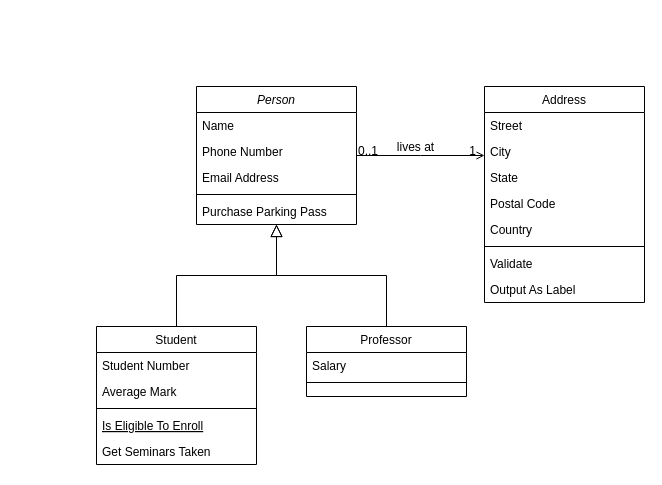
This is Class Diagram.drawio from Capstone-Projects-2022-Spring/project-kinderkitchen, a draw.io file, before an edit. Source tidied: cells renumbered, new cells numbered last; positions are measured from the earlier drawing's top-left corner, leaving out a move shared by most shapes. Both pictures are drawn from the tidied source at 100%, with x=0, y=0 at pixel (96, 86).
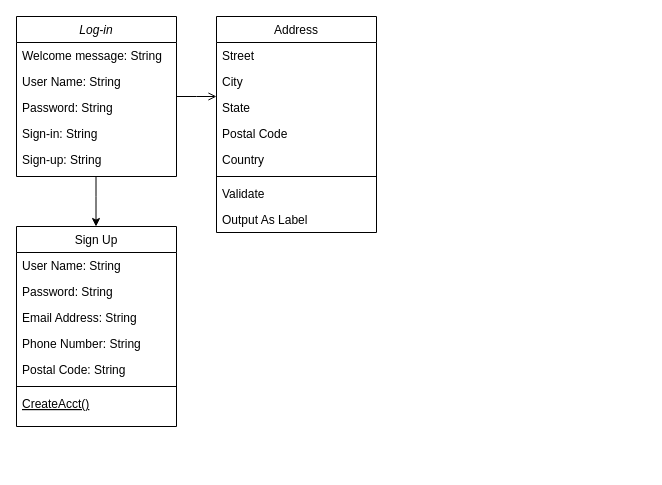
Above is the later version.

Unchanged cells that the change refers to:
```xml
<mxCell id="28" style="endArrow=open;shadow=0;strokeWidth=1;rounded=0;endFill=1;edgeStyle=elbowEdgeStyle;elbow=vertical;" parent="1" edge="1" source="2" target="19">
  <mxGeometry x="0.5" y="41" relative="1" as="geometry">
    <mxPoint x="-40" y="32" as="offset" />
  </mxGeometry>
</mxCell>
```

The edit, as a diff of the source:
```diff
@@
-    <mxCell id="2" value="Person" style="swimlane;fontStyle=2;align=center;verticalAlign=top;horizontal=1;startSize=26;rounded=0;shadow=0;strokeWidth=1;" parent="1" vertex="1">
-      <mxGeometry x="100" width="160" height="138" as="geometry" />
+    <mxCell id="2" value="Log-in" style="swimlane;fontStyle=2;align=center;verticalAlign=top;horizontal=1;startSize=26;rounded=0;shadow=0;strokeWidth=1;" parent="1" vertex="1">
+      <mxGeometry x="-80" y="-70" width="160" height="160" as="geometry" />
     </mxCell>
+    <mxCell id="32" value="Welcome message: String" style="text;align=left;verticalAlign=top;spacingLeft=4;spacingRight=4;overflow=hidden;" parent="2" vertex="1">
+      <mxGeometry y="26" width="160" height="26" as="geometry" />
+    </mxCell>
-    <mxCell id="3" value="Name" style="text;align=left;verticalAlign=top;spacingLeft=4;spacingRight=4;overflow=hidden;" parent="2" vertex="1">
-      <mxGeometry y="26" width="160" height="26" as="geometry" />
+    <mxCell id="3" value="User Name: String" style="text;align=left;verticalAlign=top;spacingLeft=4;spacingRight=4;overflow=hidden;" parent="2" vertex="1">
+      <mxGeometry y="52" width="160" height="26" as="geometry" />
     </mxCell>
-    <mxCell id="4" value="Phone Number" style="text;align=left;verticalAlign=top;spacingLeft=4;spacingRight=4;overflow=hidden;rounded=0;shadow=0;html=0;" parent="2" vertex="1">
-      <mxGeometry y="52" width="160" height="26" as="geometry" />
+    <mxCell id="4" value="Password: String" style="text;align=left;verticalAlign=top;spacingLeft=4;spacingRight=4;overflow=hidden;rounded=0;shadow=0;html=0;" parent="2" vertex="1">
+      <mxGeometry y="78" width="160" height="26" as="geometry" />
     </mxCell>
-    <mxCell id="5" value="Email Address" style="text;align=left;verticalAlign=top;spacingLeft=4;spacingRight=4;overflow=hidden;rounded=0;shadow=0;html=0;" parent="2" vertex="1">
-      <mxGeometry y="78" width="160" height="26" as="geometry" />
+    <mxCell id="5" value="Sign-in: String" style="text;align=left;verticalAlign=top;spacingLeft=4;spacingRight=4;overflow=hidden;rounded=0;shadow=0;html=0;" parent="2" vertex="1">
+      <mxGeometry y="104" width="160" height="26" as="geometry" />
     </mxCell>
-    <mxCell id="6" style="line;html=1;strokeWidth=1;align=left;verticalAlign=middle;spacingTop=-1;spacingLeft=3;spacingRight=3;labelPosition=right;" parent="2" vertex="1">
-      <mxGeometry y="104" width="160" height="8" as="geometry" />
-    </mxCell>
-    <mxCell id="7" value="Purchase Parking Pass" style="text;align=left;verticalAlign=top;spacingLeft=4;spacingRight=4;overflow=hidden;" parent="2" vertex="1">
-      <mxGeometry y="112" width="160" height="26" as="geometry" />
-    </mxCell>
+    <mxCell id="33" value="Sign-up: String" style="text;align=left;verticalAlign=top;spacingLeft=4;spacingRight=4;overflow=hidden;rounded=0;shadow=0;html=0;" parent="2" vertex="1">
+      <mxGeometry y="130" width="160" height="26" as="geometry" />
+    </mxCell>
-    <mxCell id="8" value="Student" style="swimlane;fontStyle=0;align=center;verticalAlign=top;horizontal=1;startSize=26;rounded=0;shadow=0;strokeWidth=1;" parent="1" vertex="1">
-      <mxGeometry y="240" width="160" height="138" as="geometry" />
+    <mxCell id="8" value="Sign Up" style="swimlane;fontStyle=0;align=center;verticalAlign=top;horizontal=1;startSize=26;rounded=0;shadow=0;strokeWidth=1;" parent="1" vertex="1">
+      <mxGeometry x="-80" y="140" width="160" height="200" as="geometry" />
     </mxCell>
+    <mxCell id="34" value="User Name: String" style="text;align=left;verticalAlign=top;spacingLeft=4;spacingRight=4;overflow=hidden;" parent="8" vertex="1">
+      <mxGeometry y="26" width="160" height="26" as="geometry" />
+    </mxCell>
+    <mxCell id="35" value="Password: String" style="text;align=left;verticalAlign=top;spacingLeft=4;spacingRight=4;overflow=hidden;rounded=0;shadow=0;html=0;" parent="8" vertex="1">
+      <mxGeometry y="52" width="160" height="26" as="geometry" />
+    </mxCell>
-    <mxCell id="9" value="Student Number" style="text;align=left;verticalAlign=top;spacingLeft=4;spacingRight=4;overflow=hidden;" parent="8" vertex="1">
-      <mxGeometry y="26" width="160" height="26" as="geometry" />
+    <mxCell id="9" value="Email Address: String" style="text;align=left;verticalAlign=top;spacingLeft=4;spacingRight=4;overflow=hidden;" parent="8" vertex="1">
+      <mxGeometry y="78" width="160" height="26" as="geometry" />
     </mxCell>
-    <mxCell id="10" value="Average Mark" style="text;align=left;verticalAlign=top;spacingLeft=4;spacingRight=4;overflow=hidden;rounded=0;shadow=0;html=0;" parent="8" vertex="1">
-      <mxGeometry y="52" width="160" height="26" as="geometry" />
+    <mxCell id="10" value="Phone Number: String" style="text;align=left;verticalAlign=top;spacingLeft=4;spacingRight=4;overflow=hidden;rounded=0;shadow=0;html=0;" parent="8" vertex="1">
+      <mxGeometry y="104" width="160" height="26" as="geometry" />
     </mxCell>
+    <mxCell id="36" value="Postal Code: String" style="text;align=left;verticalAlign=top;spacingLeft=4;spacingRight=4;overflow=hidden;" parent="8" vertex="1">
+      <mxGeometry y="130" width="160" height="26" as="geometry" />
+    </mxCell>
     <mxCell id="11" style="line;html=1;strokeWidth=1;align=left;verticalAlign=middle;spacingTop=-1;spacingLeft=3;spacingRight=3;labelPosition=right;" parent="8" vertex="1">
-      <mxGeometry y="78" width="160" height="8" as="geometry" />
+      <mxGeometry y="156" width="160" height="8" as="geometry" />
     </mxCell>
-    <mxCell id="12" value="Is Eligible To Enroll" style="text;align=left;verticalAlign=top;spacingLeft=4;spacingRight=4;overflow=hidden;fontStyle=4;" parent="8" vertex="1">
-      <mxGeometry y="86" width="160" height="26" as="geometry" />
+    <mxCell id="12" value="CreateAcct()" style="text;align=left;verticalAlign=top;spacingLeft=4;spacingRight=4;overflow=hidden;fontStyle=4;" parent="8" vertex="1">
+      <mxGeometry y="164" width="160" height="26" as="geometry" />
     </mxCell>
-    <mxCell id="13" value="Get Seminars Taken" style="text;align=left;verticalAlign=top;spacingLeft=4;spacingRight=4;overflow=hidden;" parent="8" vertex="1">
-      <mxGeometry y="112" width="160" height="26" as="geometry" />
-    </mxCell>
-    <mxCell id="14" style="endArrow=block;endSize=10;endFill=0;shadow=0;strokeWidth=1;rounded=0;edgeStyle=elbowEdgeStyle;elbow=vertical;" parent="1" edge="1" source="8" target="2">
-      <mxGeometry relative="1" as="geometry" />
-    </mxCell>
-    <mxCell id="15" value="Professor" style="swimlane;fontStyle=0;align=center;verticalAlign=top;horizontal=1;startSize=26;rounded=0;shadow=0;strokeWidth=1;" parent="1" vertex="1">
-      <mxGeometry x="210" y="240" width="160" height="70" as="geometry" />
-    </mxCell>
-    <mxCell id="16" value="Salary" style="text;align=left;verticalAlign=top;spacingLeft=4;spacingRight=4;overflow=hidden;" parent="15" vertex="1">
-      <mxGeometry y="26" width="160" height="26" as="geometry" />
-    </mxCell>
-    <mxCell id="17" style="line;html=1;strokeWidth=1;align=left;verticalAlign=middle;spacingTop=-1;spacingLeft=3;spacingRight=3;labelPosition=right;" parent="15" vertex="1">
-      <mxGeometry y="52" width="160" height="8" as="geometry" />
-    </mxCell>
-    <mxCell id="18" style="endArrow=block;endSize=10;endFill=0;shadow=0;strokeWidth=1;rounded=0;edgeStyle=elbowEdgeStyle;elbow=vertical;" parent="1" edge="1" source="15" target="2">
-      <mxGeometry relative="1" as="geometry" />
-    </mxCell>
     <mxCell id="19" value="Address" style="swimlane;fontStyle=0;align=center;verticalAlign=top;horizontal=1;startSize=26;rounded=0;shadow=0;strokeWidth=1;" parent="1" vertex="1">
-      <mxGeometry x="388" width="160" height="216" as="geometry" />
+      <mxGeometry x="120" y="-70" width="160" height="216" as="geometry" />
     </mxCell>
@@
-    <mxCell id="29" value="0..1" style="align=left;verticalAlign=bottom;labelBackgroundColor=none;fontSize=12;" parent="28" vertex="1">
-      <mxGeometry x="-1" relative="1" as="geometry">
-        <mxPoint y="4" as="offset" />
-      </mxGeometry>
-    </mxCell>
-    <mxCell id="30" value="1" style="align=right;verticalAlign=bottom;labelBackgroundColor=none;fontSize=12;" parent="28" vertex="1">
-      <mxGeometry x="1" relative="1" as="geometry">
-        <mxPoint x="-7" y="4" as="offset" />
-      </mxGeometry>
-    </mxCell>
-    <mxCell id="31" value="lives at" style="text;html=1;align=center;verticalAlign=middle;labelBackgroundColor=none;rounded=0;shadow=0;strokeWidth=1;fontSize=12;" parent="28" vertex="1">
-      <mxGeometry x="0.5" y="49" relative="1" as="geometry">
-        <mxPoint x="-38" y="40" as="offset" />
-      </mxGeometry>
-    </mxCell>
+    <mxCell id="37" style="endArrow=classic;html=1;rounded=0;" parent="1" edge="1">
+      <mxGeometry relative="1" as="geometry">
+        <mxPoint x="-0.5" y="90" as="sourcePoint" />
+        <mxPoint x="-0.5" y="140" as="targetPoint" />
+        <Array as="points">
+          <mxPoint x="-0.5" y="90" />
+          <mxPoint x="-0.5" y="110" />
+        </Array>
+      </mxGeometry>
+    </mxCell>
```
